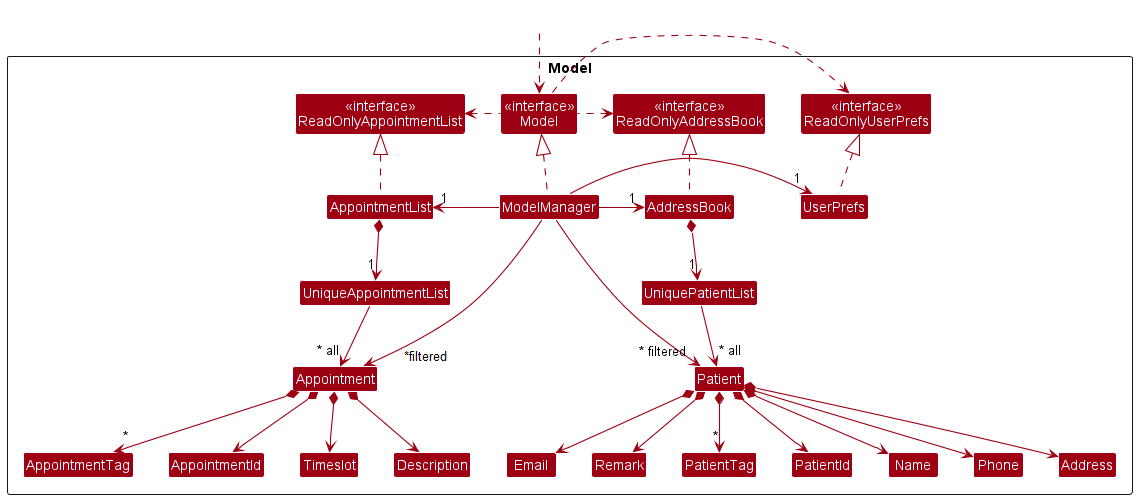
Before: docs/images/ModelClassDiagram.png, a diagram exported from PlantUML (nus-cs2103-AY2223S2/tp).
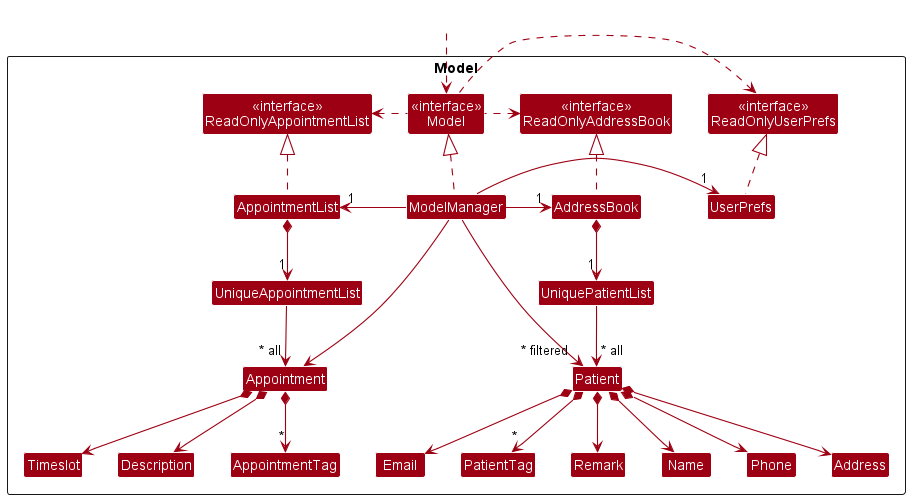
The same diagram one commit later.

Diff of the diagram source:
```diff
@@ -16,14 +16,12 @@
 
 Class UniqueAppointmentList
 Class Appointment
-Class AppointmentId
 Class Timeslot
 Class Description
 Class AppointmentTag
 
 Class UniquePatientList
 Class Patient
-Class PatientId
 Class Address
 Class Email
 Class Name
@@ -50,14 +48,12 @@
 
 AppointmentList *--> "1" UniqueAppointmentList
 UniqueAppointmentList --> "~* all" Appointment
-Appointment *--> AppointmentId
 Appointment *--> Timeslot
 Appointment *--> Description
 Appointment *--> "*" AppointmentTag
 
 AddressBook *--> "1" UniquePatientList
 UniquePatientList --> "~* all" Patient
-Patient *--> PatientId
 Patient *--> Name
 Patient *--> Phone
 Patient *--> Email
@@ -65,11 +61,9 @@
 Patient *--> Remark
 Patient *--> "*" PatientTag
 
-AppointmentId -[hidden]right-> Timeslot
 Timeslot -[hidden]right-> Description
 Description -[hidden]right-> AppointmentTag
-AppointmentTag -[hidden]right-> PatientId
-PatientId -[hidden]right-> Name
+AppointmentTag -[hidden]right-> Name
 Name -[hidden]right-> Phone
 Phone -[hidden]right-> Address
 Address -[hidden]right-> Email
```
